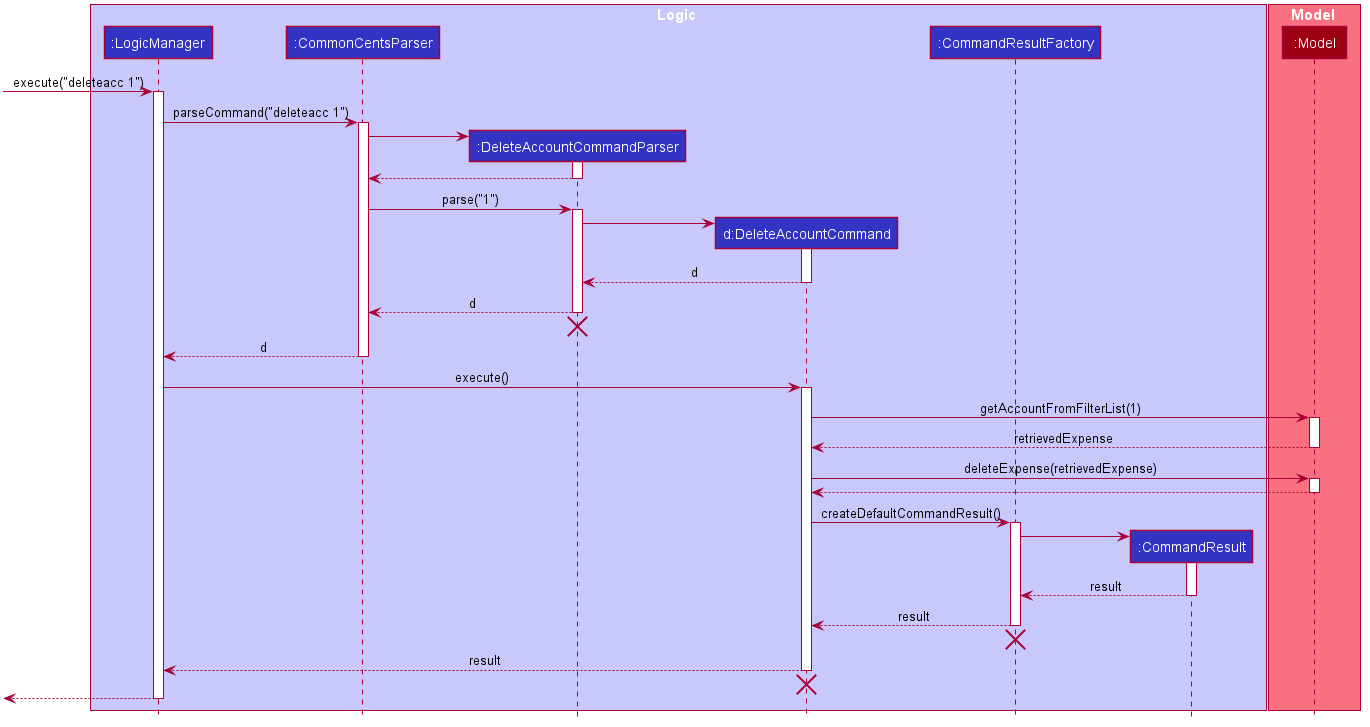
The PlantUML diagram docs/images/DeleteSequenceDiagram.png in nus-cs2103-AY2021S1/tp, before a commit.
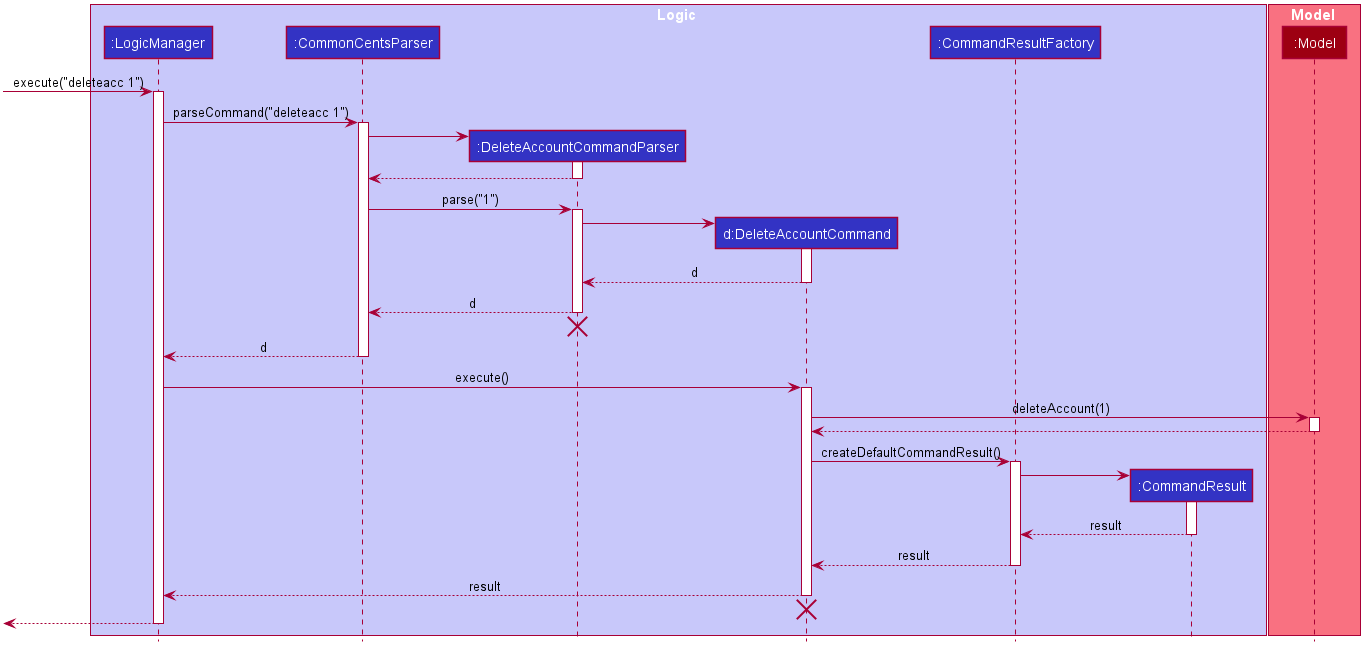
Later version of the same file.

Diff of the diagram source:
```diff
@@ -96,13 +96,7 @@
 LogicManager -> DeleteAccountCommand : execute()
 activate DeleteAccountCommand
 
-DeleteAccountCommand -> Model : getAccountFromFilterList(1)
-activate Model
-
-Model --> DeleteAccountCommand : retrievedExpense
-deactivate Model
-
-DeleteAccountCommand -> Model : deleteExpense(retrievedExpense)
+DeleteAccountCommand -> Model : deleteAccount(1)
 activate Model
 
 Model --> DeleteAccountCommand
@@ -120,8 +114,6 @@
 
 CommandResultFactory --> DeleteAccountCommand : result
 deactivate CommandResultFactory
-CommandResultFactory -[hidden]-> DeleteAccountCommand
-destroy CommandResultFactory
 
 DeleteAccountCommand --> LogicManager : result
 deactivate DeleteAccountCommand
```
